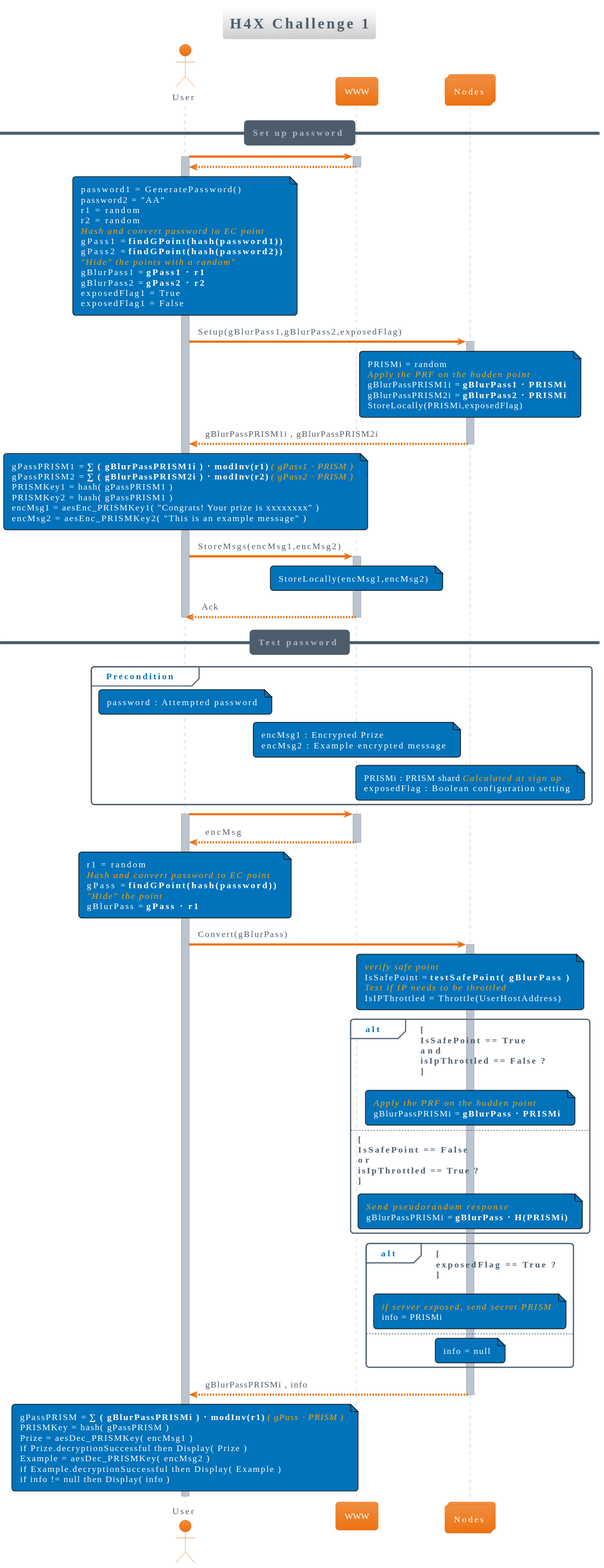
Above: diagrams/svg/H4x2_Challenge.svg in tide-foundation/Tide-h4x2 (PlantUML), before the change.
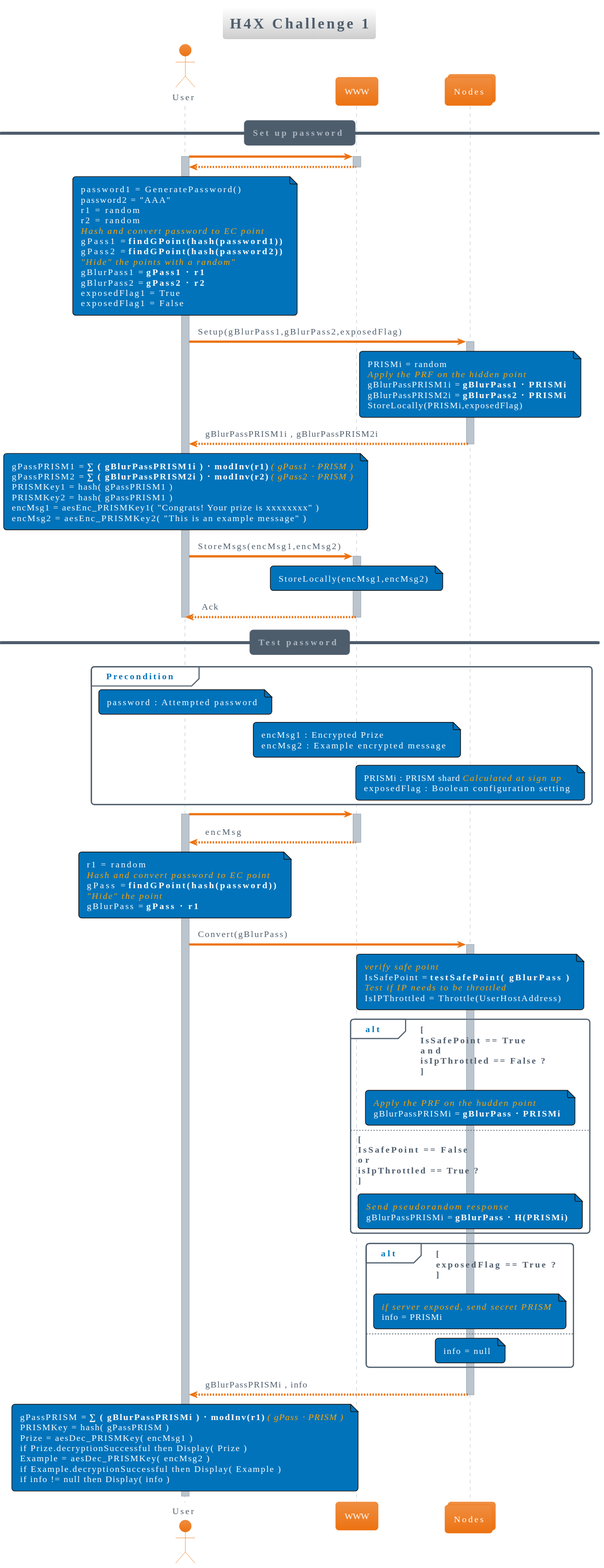
After the change.

Commit message:
:rocket: Adding Generated PlantUML Diagrams

Change to the diagram source:
```diff
@@ -17,7 +17,7 @@
 
 note over Consumer
     password1 = GeneratePassword()
-    password2 = "AA"
+    password2 = "AAA"
     r1 = random
     r2 = random
     //<color orange>Hash and convert password to EC point</color>//
@@ -35,7 +35,7 @@
 
 note over mORKx
     PRISMi = random
-    //<color orange>Apply the PRF on the hudden point</color>//
+    //<color orange>Apply the PRF on the hidden point</color>//
     gBlurPassPRISM1i = **gBlurPass1 ⋅ PRISMi**
     gBlurPassPRISM2i = **gBlurPass2 ⋅ PRISMi**
     StoreLocally(PRISMi,exposedFlag)
```
